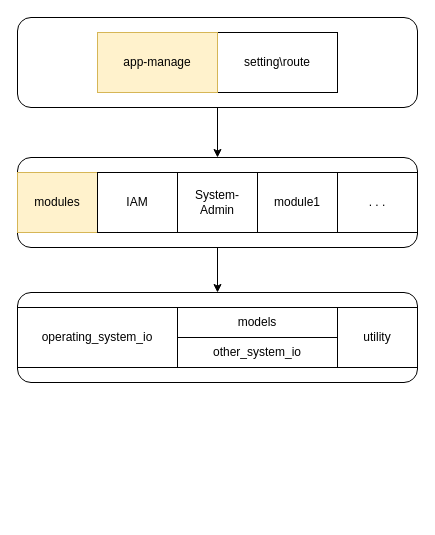
Earlier version of the draw.io diagram application_architecture.drawio (AdenLin1993/Define_and_import_standard_platform-SaaS). Source tidied: cells renumbered, new cells numbered last; positions are measured from the earlier drawing's top-left corner, leaving out a move shared by most shapes. Both pictures are drawn from the tidied source at 100%, with x=0, y=0 at pixel (17, 17).
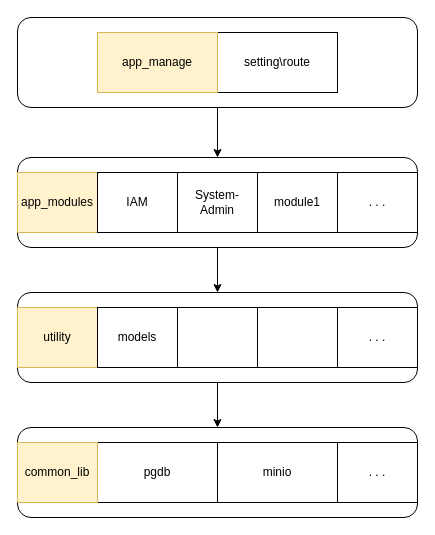
The same page after the edit.

Unchanged cells that the change refers to:
```xml
<mxCell id="5" style="group;" parent="1" vertex="1">
  <mxGeometry x="80" y="15" width="240" height="60" as="geometry" />
</mxCell>
<mxCell id="8" style="group;" parent="1" vertex="1">
  <mxGeometry y="155" width="400" height="75" as="geometry" />
</mxCell>
<mxCell id="9" style="rounded=1;whiteSpace=wrap;html=1;" parent="8" vertex="1">
  <mxGeometry y="-15" width="400" height="90" as="geometry" />
</mxCell>
```

Change to the diagram source:
```diff
@@
-    <mxCell id="2" style="rounded=1;whiteSpace=wrap;html=1;" parent="1" vertex="1">
-      <mxGeometry y="275" width="400" height="90" as="geometry" />
-    </mxCell>
@@
-    <mxCell id="7" value="app-manage" style="rounded=0;whiteSpace=wrap;html=1;fillColor=#fff2cc;strokeColor=#d6b656;" parent="5" vertex="1">
+    <mxCell id="7" value="app_manage" style="rounded=0;whiteSpace=wrap;html=1;fillColor=#fff2cc;strokeColor=#d6b656;" parent="5" vertex="1">
       <mxGeometry width="120" height="60" as="geometry" />
     </mxCell>
@@
-    <mxCell id="10" value="modules" style="rounded=0;whiteSpace=wrap;html=1;fillColor=#fff2cc;strokeColor=#d6b656;" parent="8" vertex="1">
+    <mxCell id="10" value="app_modules" style="rounded=0;whiteSpace=wrap;html=1;fillColor=#fff2cc;strokeColor=#d6b656;" parent="8" vertex="1">
       <mxGeometry width="80" height="60" as="geometry" />
     </mxCell>
@@
-    <mxCell id="15" style="group;" parent="1" vertex="1">
-      <mxGeometry y="290" width="400" height="60" as="geometry" />
-    </mxCell>
+    <mxCell id="21" style="edgeStyle=orthogonalEdgeStyle;rounded=0;jettySize=auto;html=1;" parent="1" edge="1" source="9" target="2">
+      <mxGeometry relative="1" as="geometry" />
+    </mxCell>
+    <mxCell id="22" style="group;" parent="1" vertex="1">
+      <mxGeometry y="275" width="400" height="90" as="geometry" />
+    </mxCell>
+    <mxCell id="2" style="rounded=1;whiteSpace=wrap;html=1;" parent="22" vertex="1">
+      <mxGeometry width="400" height="90" as="geometry" />
+    </mxCell>
+    <mxCell id="17" value="utility" style="rounded=0;whiteSpace=wrap;html=1;fillColor=#fff2cc;strokeColor=#d6b656;" parent="22" vertex="1">
+      <mxGeometry y="15" width="80" height="60" as="geometry" />
+    </mxCell>
+    <mxCell id="20" value="models" style="rounded=0;whiteSpace=wrap;html=1;" parent="22" vertex="1">
+      <mxGeometry x="80" y="15" width="80" height="60" as="geometry" />
+    </mxCell>
+    <mxCell id="23" style="rounded=0;whiteSpace=wrap;html=1;" parent="22" vertex="1">
+      <mxGeometry x="160" y="15" width="80" height="60" as="geometry" />
+    </mxCell>
+    <mxCell id="24" style="rounded=0;whiteSpace=wrap;html=1;" parent="22" vertex="1">
+      <mxGeometry x="240" y="15" width="80" height="60" as="geometry" />
+    </mxCell>
+    <mxCell id="25" value=". . ." style="rounded=0;whiteSpace=wrap;html=1;" parent="22" vertex="1">
+      <mxGeometry x="320" y="15" width="80" height="60" as="geometry" />
+    </mxCell>
+    <mxCell id="26" style="edgeStyle=orthogonalEdgeStyle;rounded=0;jettySize=auto;html=1;entryX=0.5;entryY=0;entryDx=0;entryDy=0;" parent="1" edge="1" source="2" target="27">
+      <mxGeometry relative="1" as="geometry" />
+    </mxCell>
+    <mxCell id="27" style="rounded=1;whiteSpace=wrap;html=1;" parent="1" vertex="1">
+      <mxGeometry y="410" width="400" height="90" as="geometry" />
+    </mxCell>
-    <mxCell id="16" value="operating_system_io" style="rounded=0;whiteSpace=wrap;html=1;" parent="15" vertex="1">
-      <mxGeometry width="160" height="60" as="geometry" />
+    <mxCell id="16" value="pgdb" style="rounded=0;whiteSpace=wrap;html=1;" parent="1" vertex="1">
+      <mxGeometry x="80" y="425" width="120" height="60" as="geometry" />
     </mxCell>
-    <mxCell id="17" value="utility" style="rounded=0;whiteSpace=wrap;html=1;" parent="15" vertex="1">
-      <mxGeometry x="320" width="80" height="60" as="geometry" />
-    </mxCell>
-    <mxCell id="18" style="group;" parent="15" vertex="1">
-      <mxGeometry x="150" width="170" height="60" as="geometry" />
-    </mxCell>
-    <mxCell id="19" value="other_system_io" style="rounded=0;whiteSpace=wrap;html=1;align=center;" parent="18" vertex="1">
-      <mxGeometry x="10" y="30" width="160" height="30" as="geometry" />
+    <mxCell id="19" value="minio" style="rounded=0;whiteSpace=wrap;html=1;align=center;" parent="1" vertex="1">
+      <mxGeometry x="200" y="425" width="120" height="60" as="geometry" />
     </mxCell>
-    <mxCell id="20" value="models" style="rounded=0;whiteSpace=wrap;html=1;" parent="18" vertex="1">
-      <mxGeometry x="10" width="160" height="30" as="geometry" />
-    </mxCell>
-    <mxCell id="21" style="edgeStyle=orthogonalEdgeStyle;rounded=0;jettySize=auto;html=1;" parent="1" edge="1" source="9" target="2">
-      <mxGeometry relative="1" as="geometry" />
-    </mxCell>
+    <mxCell id="28" value=". . ." style="rounded=0;whiteSpace=wrap;html=1;align=center;" parent="1" vertex="1">
+      <mxGeometry x="320" y="425" width="80" height="60" as="geometry" />
+    </mxCell>
+    <mxCell id="29" value="common_lib" style="rounded=0;whiteSpace=wrap;html=1;align=center;fillColor=#fff2cc;strokeColor=#d6b656;" parent="1" vertex="1">
+      <mxGeometry y="425" width="80" height="60" as="geometry" />
+    </mxCell>
```
